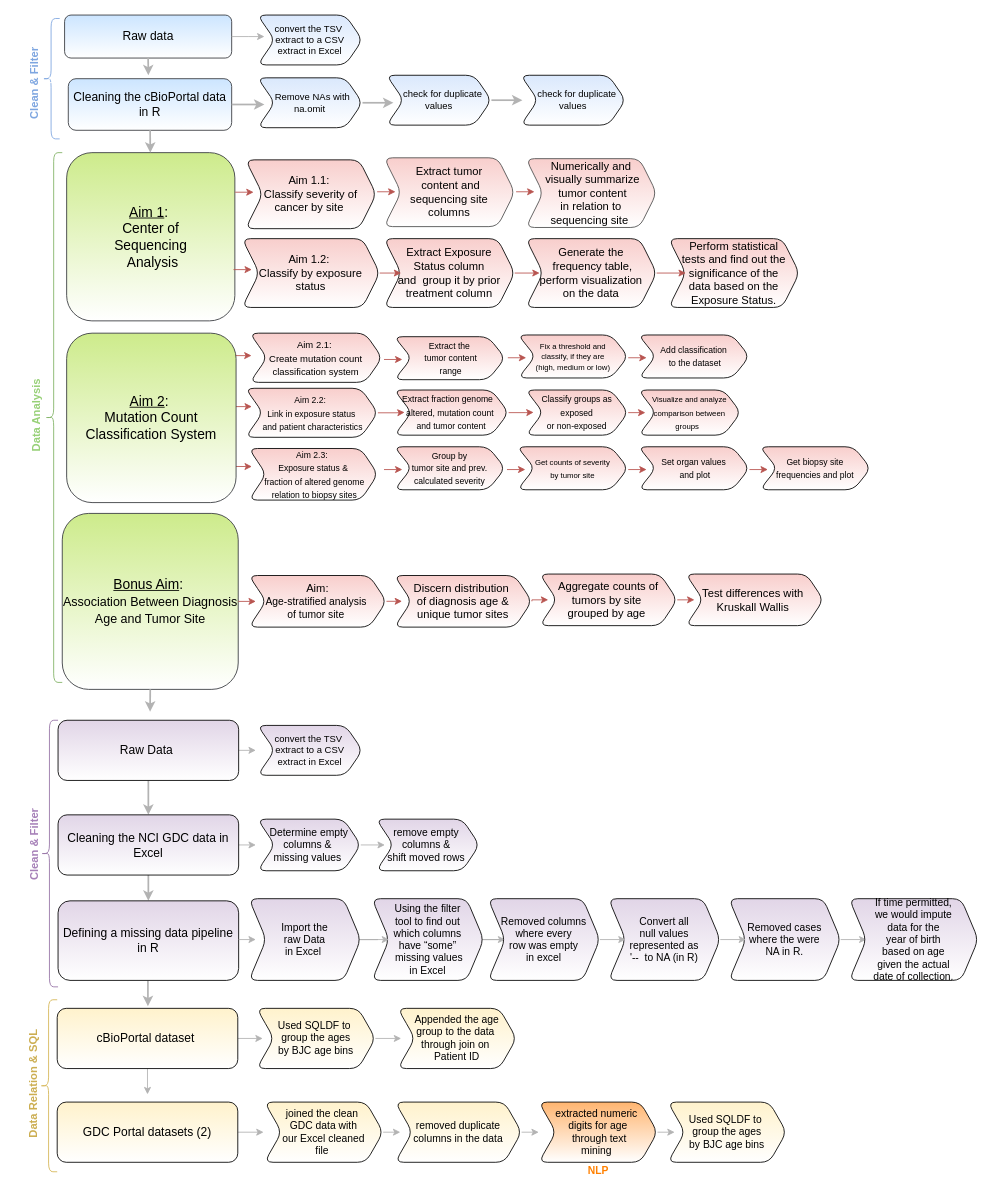
aiy-wish/Data-Wrangling-Project keeps this draw.io diagram as Pipeline_Image.drawio. Above is the earlier version. Source tidied: cells renumbered, new cells numbered last; positions are measured from the earlier drawing's top-left corner, leaving out a move shared by most shapes. Both pictures are drawn from the tidied source at 86%, with x=0, y=0 at pixel (-32, 15).
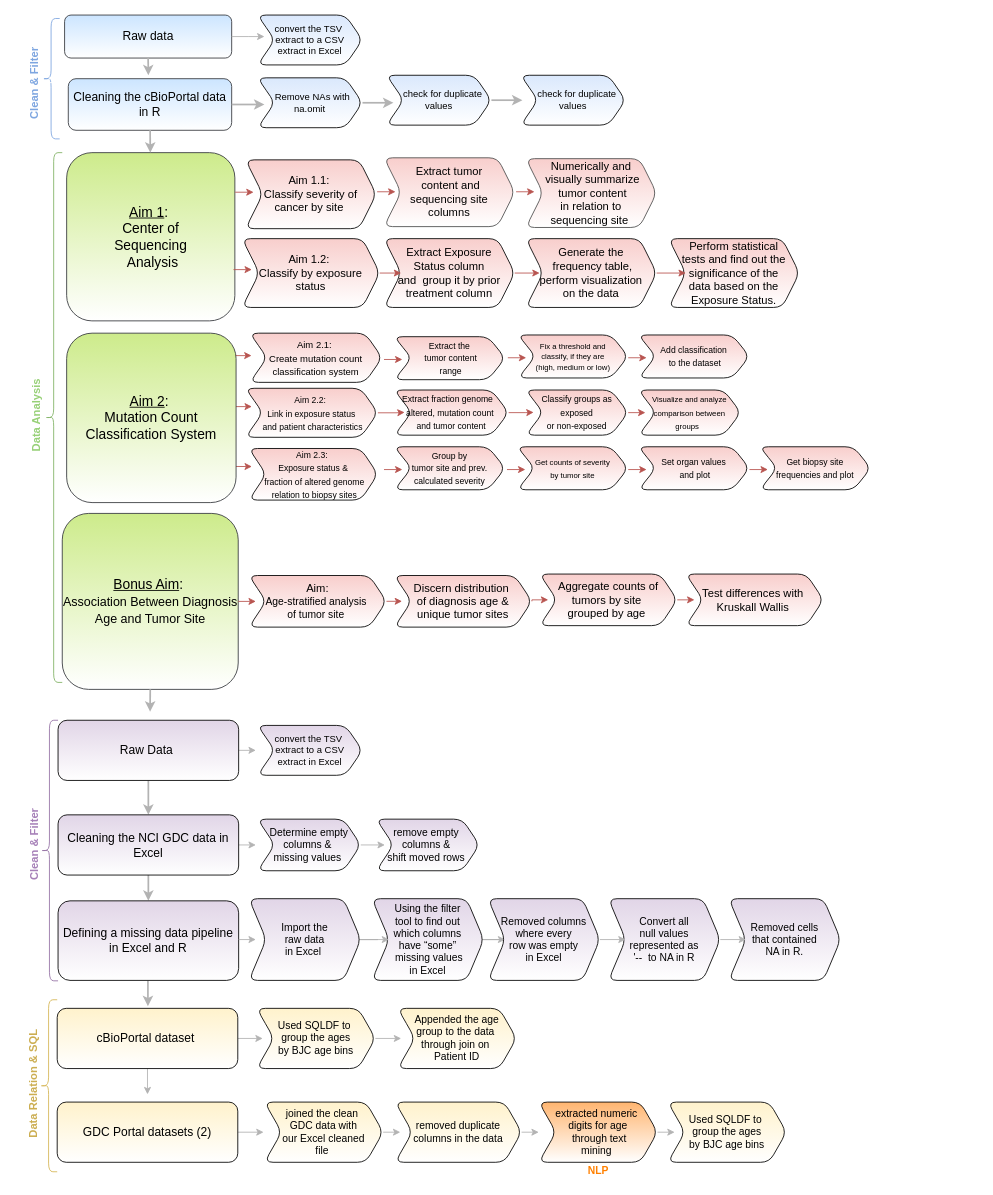
After the change.

Diff of the diagram source:
```diff
@@
     <mxCell id="101" style="shape=curlyBracket;whiteSpace=wrap;html=1;rounded=1;fontSize=14;strokeColor=#9673a6;fillColor=#e1d5e7;align=center;size=0.5;" parent="1" vertex="1">
-      <mxGeometry x="84" y="820" width="20" height="310" as="geometry" />
+      <mxGeometry x="84" y="820" width="20" height="303" as="geometry" />
     </mxCell>
@@
-    <mxCell id="106" value="&lt;span style=&quot;font-size: 14px&quot;&gt;Defining a missing data pipeline in R&lt;/span&gt;" style="rounded=1;whiteSpace=wrap;html=1;fontSize=11;strokeColor=default;fillColor=#e1d5e7;align=center;gradientColor=#ffffff;" parent="1" vertex="1">
+    <mxCell id="106" value="&lt;span style=&quot;font-size: 14px&quot;&gt;Defining a missing data pipeline in Excel and R&lt;/span&gt;" style="rounded=1;whiteSpace=wrap;html=1;fontSize=11;strokeColor=default;fillColor=#e1d5e7;align=center;gradientColor=#ffffff;" parent="1" vertex="1">
       <mxGeometry x="104" y="1030" width="210" height="92.5" as="geometry" />
     </mxCell>
@@
-    <mxCell id="111" value="Import the&lt;br&gt;raw Data&lt;br&gt;in Excel&amp;nbsp;" style="shape=step;perimeter=stepPerimeter;whiteSpace=wrap;html=1;fixedSize=1;fontSize=12;strokeColor=default;rounded=1;fillColor=#e1d5e7;gradientColor=#ffffff;" parent="1" vertex="1">
+    <mxCell id="111" value="Import the&lt;br&gt;raw data&lt;br&gt;in Excel&amp;nbsp;" style="shape=step;perimeter=stepPerimeter;whiteSpace=wrap;html=1;fixedSize=1;fontSize=12;strokeColor=default;rounded=1;fillColor=#e1d5e7;gradientColor=#ffffff;" parent="1" vertex="1">
       <mxGeometry x="326" y="1027.5" width="130" height="95" as="geometry" />
     </mxCell>
-    <mxCell id="112" style="edgeStyle=orthogonalEdgeStyle;rounded=0;jettySize=auto;html=1;exitX=1;exitY=0.5;exitDx=0;exitDy=0;entryX=0;entryY=0.5;entryDx=0;entryDy=0;strokeColor=#B3B3B3;" parent="1" edge="1" source="113" target="118">
-      <mxGeometry relative="1" as="geometry" />
-    </mxCell>
-    <mxCell id="113" value="Removed cases &lt;br&gt;where the were &lt;br&gt;NA in R." style="shape=step;perimeter=stepPerimeter;whiteSpace=wrap;html=1;fixedSize=1;fontSize=12;strokeColor=default;rounded=1;fillColor=#e1d5e7;gradientColor=#ffffff;" parent="1" vertex="1">
+    <mxCell id="113" value="Removed cells &lt;br&gt;that contained &lt;br&gt;NA in R." style="shape=step;perimeter=stepPerimeter;whiteSpace=wrap;html=1;fixedSize=1;fontSize=12;strokeColor=default;rounded=1;fillColor=#e1d5e7;gradientColor=#ffffff;" parent="1" vertex="1">
       <mxGeometry x="884" y="1027.5" width="130" height="95" as="geometry" />
     </mxCell>
@@
-    <mxCell id="115" value="Convert all &lt;br&gt;null values &lt;br&gt;represented as &lt;br&gt;'--&amp;nbsp; to NA (in R)" style="shape=step;perimeter=stepPerimeter;whiteSpace=wrap;html=1;fixedSize=1;fontSize=12;strokeColor=default;rounded=1;fillColor=#e1d5e7;gradientColor=#ffffff;" parent="1" vertex="1">
+    <mxCell id="115" value="Convert all &lt;br&gt;null values &lt;br&gt;represented as &lt;br&gt;'--&amp;nbsp; to NA in R" style="shape=step;perimeter=stepPerimeter;whiteSpace=wrap;html=1;fixedSize=1;fontSize=12;strokeColor=default;rounded=1;fillColor=#e1d5e7;gradientColor=#ffffff;" parent="1" vertex="1">
       <mxGeometry x="744" y="1027.5" width="130" height="95" as="geometry" />
     </mxCell>
@@
-    <mxCell id="117" value="Removed columns where every &lt;br&gt;row was empty &lt;br&gt;in excel" style="shape=step;perimeter=stepPerimeter;whiteSpace=wrap;html=1;fixedSize=1;fontSize=12;strokeColor=default;rounded=1;fillColor=#e1d5e7;gradientColor=#ffffff;" parent="1" vertex="1">
+    <mxCell id="117" value="Removed columns where every &lt;br&gt;row was empty &lt;br&gt;in Excel" style="shape=step;perimeter=stepPerimeter;whiteSpace=wrap;html=1;fixedSize=1;fontSize=12;strokeColor=default;rounded=1;fillColor=#e1d5e7;gradientColor=#ffffff;" parent="1" vertex="1">
       <mxGeometry x="604" y="1027.5" width="130" height="95" as="geometry" />
     </mxCell>
-    <mxCell id="118" value="If time permitted, &lt;br&gt;we would impute &lt;br&gt;data for the &lt;br&gt;year of birth &lt;br&gt;based on age &lt;br&gt;given the actual &lt;br&gt;date of collection." style="shape=step;perimeter=stepPerimeter;whiteSpace=wrap;html=1;fixedSize=1;fontSize=12;strokeColor=default;rounded=1;fillColor=#e1d5e7;gradientColor=#ffffff;" parent="1" vertex="1">
-      <mxGeometry x="1024" y="1027.5" width="150" height="95" as="geometry" />
-    </mxCell>
```
